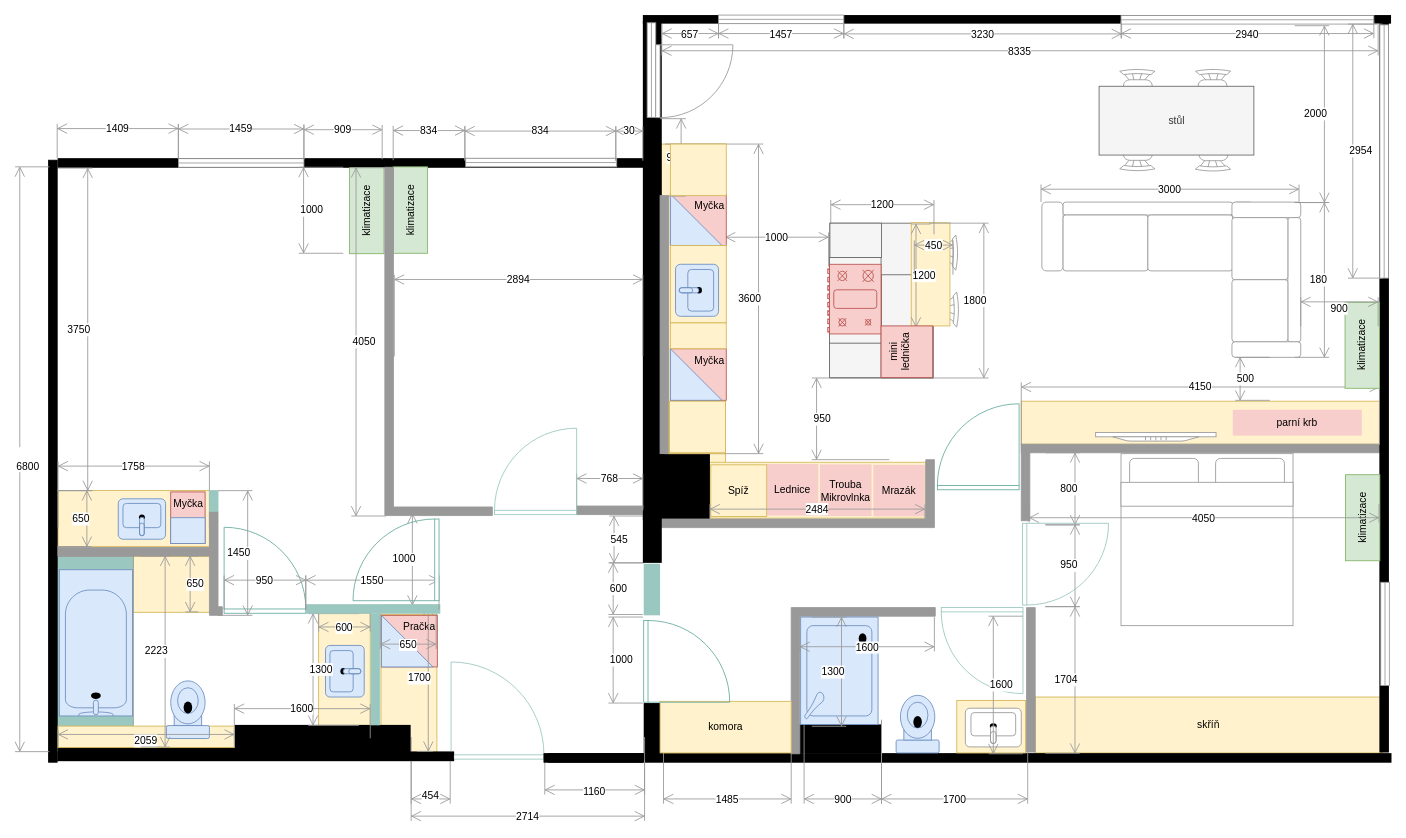
The draw.io diagram page "final" (1 of 2) of docs/src/static/drawings/floor-plan.furniched.drawio in surquest/flat-renovation, before the edit. Source tidied: cells renumbered, new cells numbered last; positions are measured from the earlier drawing's top-left corner, leaving out a move shared by most shapes. Both pictures are drawn from the tidied source at 86%, with x=0, y=0 at pixel (15, 15).
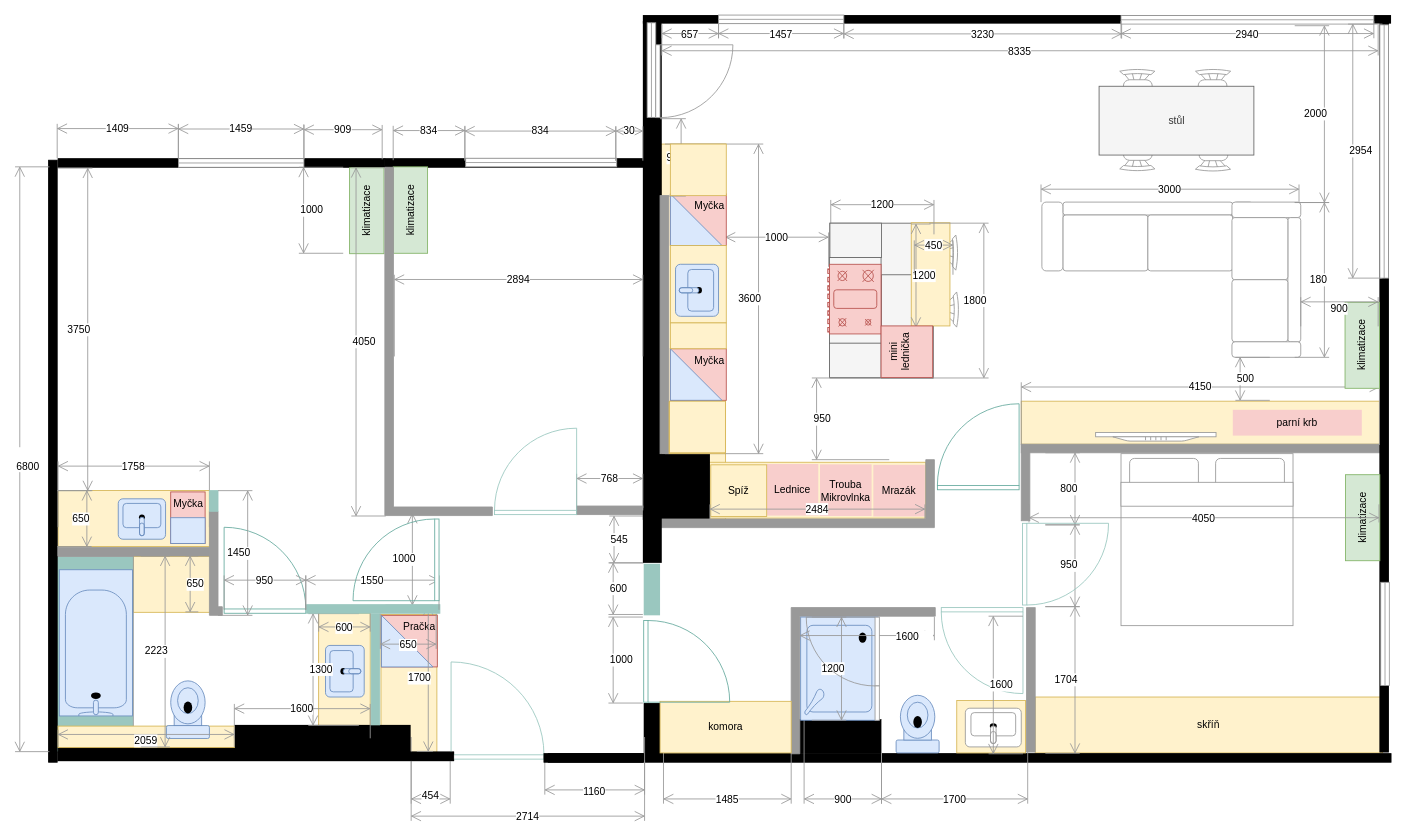
The same page after the edit.

Commit message:
Patch of small bathroom

The edit, as a diff of the source:
```diff
@@
     <mxCell id="60" style="rounded=0;whiteSpace=wrap;html=1;strokeColor=none;fillColor=#000000;" parent="1" vertex="1">
-      <mxGeometry x="910" y="824.8" width="97.5" height="34" as="geometry" />
+      <mxGeometry x="910" y="818.8" width="97.5" height="40" as="geometry" />
     </mxCell>
@@
     <mxCell id="86" style="verticalLabelPosition=bottom;html=1;verticalAlign=top;align=center;shape=mxgraph.floorplan.shower;strokeColor=#6c8ebf;fillColor=#dae8fc;direction=west;" parent="1" vertex="1">
-      <mxGeometry x="913.5" y="700" width="90" height="125" as="geometry" />
+      <mxGeometry x="913.5" y="700" width="90" height="120" as="geometry" />
     </mxCell>
@@
-    <mxCell id="167" value="1300" style="shape=dimension;direction=north;whiteSpace=wrap;html=1;align=right;verticalAlign=middle;labelBackgroundColor=#ffffff;strokeColor=#999999;" parent="1" vertex="1">
-      <mxGeometry x="926.5" y="700" width="40" height="127" as="geometry" />
+    <mxCell id="167" value="1200" style="shape=dimension;direction=north;whiteSpace=wrap;html=1;align=right;verticalAlign=middle;labelBackgroundColor=#ffffff;strokeColor=#999999;" parent="1" vertex="1">
+      <mxGeometry x="926.5" y="700" width="40" height="120" as="geometry" />
     </mxCell>
-    <mxCell id="168" value="1600" style="shape=dimension;whiteSpace=wrap;html=1;align=center;verticalAlign=bottom;spacingBottom=-5;labelBackgroundColor=#ffffff;strokeColor=#999999;" parent="1" vertex="1">
-      <mxGeometry x="912.5" y="700" width="156.5" height="40" as="geometry" />
+    <mxCell id="168" value="1600&amp;nbsp; &amp;nbsp; &amp;nbsp;" style="shape=dimension;whiteSpace=wrap;html=1;align=right;verticalAlign=bottom;spacingBottom=-5;labelBackgroundColor=#ffffff;strokeColor=#999999;" parent="1" vertex="1">
+      <mxGeometry x="912.5" y="700" width="156.5" height="27" as="geometry" />
     </mxCell>
@@
+    <mxCell id="174" style="verticalLabelPosition=bottom;html=1;verticalAlign=top;align=center;shape=mxgraph.floorplan.doorLeft;strokeColor=#999999;direction=south;" parent="1" vertex="1">
+      <mxGeometry x="920" y="700.1" width="85" height="80" as="geometry" />
+    </mxCell>
+    <mxCell id="175" style="rounded=0;whiteSpace=wrap;html=1;strokeColor=#999999;" parent="1" vertex="1">
+      <mxGeometry x="1000" y="780.1" width="5" height="40" as="geometry" />
+    </mxCell>
```
